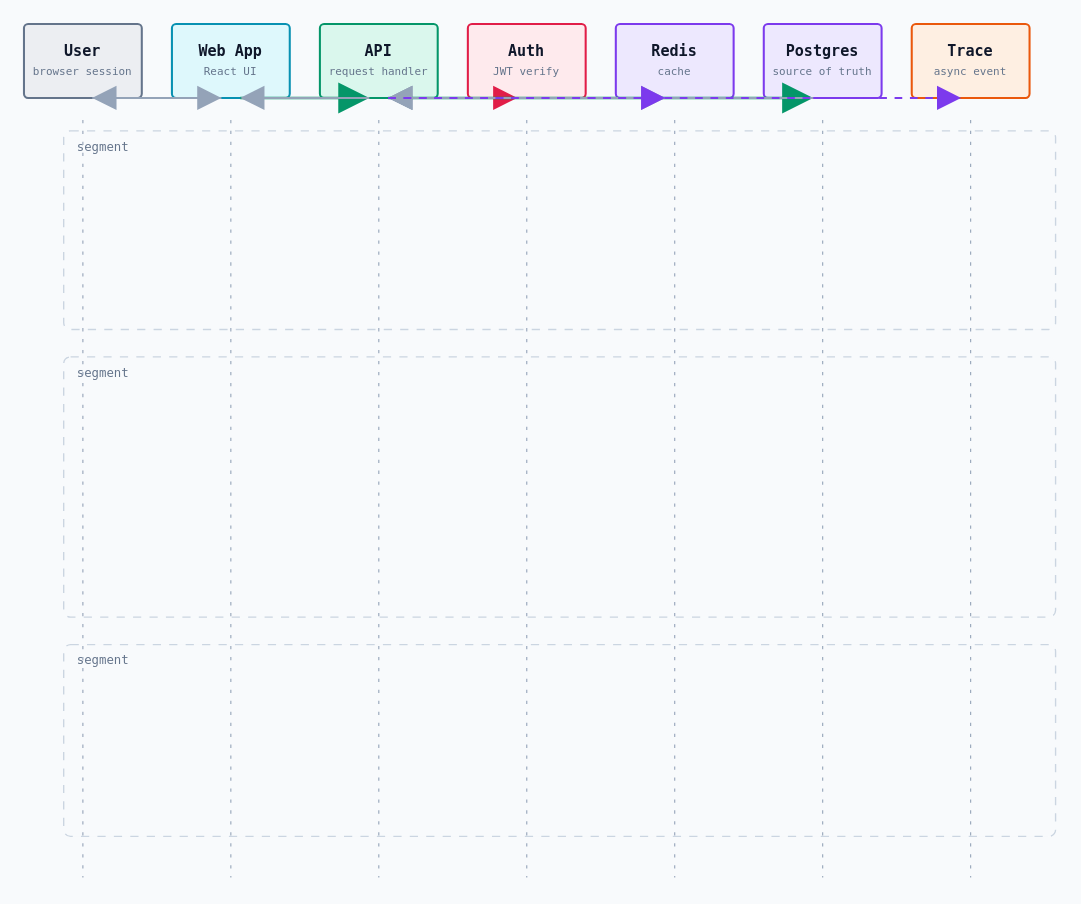
tt-a1i/archify keeps this draw.io diagram as examples/sequence-strict.drawio. Above is the earlier version. Source tidied: cells renumbered, new cells numbered last; positions are measured from the earlier drawing's top-left corner, leaving out a move shared by most shapes. Both pictures are drawn from the tidied source at 137%, with x=0, y=0 at pixel (23, 23).
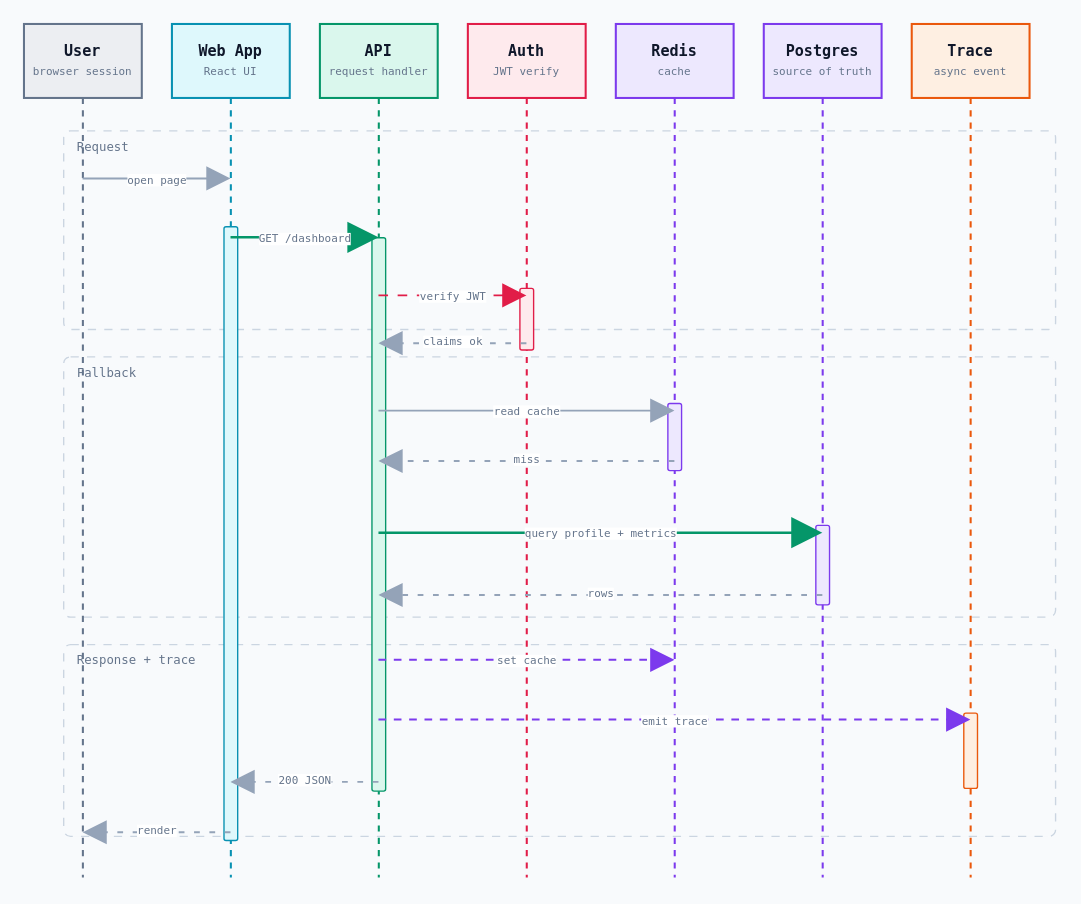
The same page after the edit.

Diff of the diagram source:
```diff
@@
-    <mxCell id="2" value="segment" style="rounded=1;absoluteArcSize=1;arcSize=10;fillColor=#f8fafc;strokeColor=#cbd5e1;strokeWidth=1;dashed=1;dashPattern=6 6;fontColor=#64748b;fontSize=9;fontFamily=JetBrains Mono,ui-monospace,Menlo,monospace;whiteSpace=wrap;html=1;verticalAlign=top;align=left;spacingLeft=8;" parent="1" vertex="1">
+    <mxCell id="2" value="Request" style="rounded=1;absoluteArcSize=1;arcSize=10;fillColor=#f8fafc;strokeColor=#cbd5e1;strokeWidth=1;dashed=1;dashPattern=6 6;fontColor=#64748b;fontSize=9;fontFamily=JetBrains Mono,ui-monospace,Menlo,monospace;whiteSpace=wrap;html=1;verticalAlign=top;align=left;spacingLeft=8;" parent="1" vertex="1">
       <mxGeometry x="29" y="78" width="724" height="145" as="geometry" />
     </mxCell>
-    <mxCell id="3" value="segment" style="rounded=1;absoluteArcSize=1;arcSize=10;fillColor=#f8fafc;strokeColor=#cbd5e1;strokeWidth=1;dashed=1;dashPattern=6 6;fontColor=#64748b;fontSize=9;fontFamily=JetBrains Mono,ui-monospace,Menlo,monospace;whiteSpace=wrap;html=1;verticalAlign=top;align=left;spacingLeft=8;" parent="1" vertex="1">
+    <mxCell id="3" value="Fallback" style="rounded=1;absoluteArcSize=1;arcSize=10;fillColor=#f8fafc;strokeColor=#cbd5e1;strokeWidth=1;dashed=1;dashPattern=6 6;fontColor=#64748b;fontSize=9;fontFamily=JetBrains Mono,ui-monospace,Menlo,monospace;whiteSpace=wrap;html=1;verticalAlign=top;align=left;spacingLeft=8;" parent="1" vertex="1">
       <mxGeometry x="29" y="243" width="724" height="190" as="geometry" />
     </mxCell>
-    <mxCell id="4" value="segment" style="rounded=1;absoluteArcSize=1;arcSize=10;fillColor=#f8fafc;strokeColor=#cbd5e1;strokeWidth=1;dashed=1;dashPattern=6 6;fontColor=#64748b;fontSize=9;fontFamily=JetBrains Mono,ui-monospace,Menlo,monospace;whiteSpace=wrap;html=1;verticalAlign=top;align=left;spacingLeft=8;" parent="1" vertex="1">
+    <mxCell id="4" value="Response + trace" style="rounded=1;absoluteArcSize=1;arcSize=10;fillColor=#f8fafc;strokeColor=#cbd5e1;strokeWidth=1;dashed=1;dashPattern=6 6;fontColor=#64748b;fontSize=9;fontFamily=JetBrains Mono,ui-monospace,Menlo,monospace;whiteSpace=wrap;html=1;verticalAlign=top;align=left;spacingLeft=8;" parent="1" vertex="1">
       <mxGeometry x="29" y="453" width="724" height="140" as="geometry" />
     </mxCell>
-    <mxCell id="5" value="&lt;b&gt;User&lt;/b&gt;&lt;br/&gt;&lt;font style=&quot;font-size:8px&quot; color=&quot;#64748b&quot;&gt;browser session&lt;/font&gt;" style="rounded=1;absoluteArcSize=1;arcSize=6;fillColor=#eceef2;strokeColor=#64748b;strokeWidth=1.5;fontColor=#0f172a;fontSize=11;fontFamily=JetBrains Mono,ui-monospace,Menlo,monospace;whiteSpace=wrap;html=1;verticalAlign=middle;" parent="1" vertex="1">
-      <mxGeometry width="86" height="54" as="geometry" />
+    <mxCell id="5" value="&lt;b&gt;User&lt;/b&gt;&lt;br/&gt;&lt;font style=&quot;font-size:8px&quot; color=&quot;#64748b&quot;&gt;browser session&lt;/font&gt;" style="shape=umlLifeline;perimeter=lifelinePerimeter;size=54;outlineConnect=0;fillColor=#eceef2;strokeColor=#64748b;strokeWidth=1.5;fontColor=#0f172a;fontSize=11;fontFamily=JetBrains Mono,ui-monospace,Menlo,monospace;whiteSpace=wrap;html=1;" parent="1" vertex="1">
+      <mxGeometry width="86" height="623" as="geometry" />
     </mxCell>
-    <mxCell id="6" value="&lt;b&gt;Web App&lt;/b&gt;&lt;br/&gt;&lt;font style=&quot;font-size:8px&quot; color=&quot;#64748b&quot;&gt;React UI&lt;/font&gt;" style="rounded=1;absoluteArcSize=1;arcSize=6;fillColor=#def8fc;strokeColor=#0891b2;strokeWidth=1.5;fontColor=#0f172a;fontSize=11;fontFamily=JetBrains Mono,ui-monospace,Menlo,monospace;whiteSpace=wrap;html=1;verticalAlign=middle;" parent="1" vertex="1">
-      <mxGeometry x="108" width="86" height="54" as="geometry" />
+    <mxCell id="6" value="&lt;b&gt;Web App&lt;/b&gt;&lt;br/&gt;&lt;font style=&quot;font-size:8px&quot; color=&quot;#64748b&quot;&gt;React UI&lt;/font&gt;" style="shape=umlLifeline;perimeter=lifelinePerimeter;size=54;outlineConnect=0;fillColor=#def8fc;strokeColor=#0891b2;strokeWidth=1.5;fontColor=#0f172a;fontSize=11;fontFamily=JetBrains Mono,ui-monospace,Menlo,monospace;whiteSpace=wrap;html=1;" parent="1" vertex="1">
+      <mxGeometry x="108" width="86" height="623" as="geometry" />
     </mxCell>
-    <mxCell id="7" value="&lt;b&gt;API&lt;/b&gt;&lt;br/&gt;&lt;font style=&quot;font-size:8px&quot; color=&quot;#64748b&quot;&gt;request handler&lt;/font&gt;" style="rounded=1;absoluteArcSize=1;arcSize=6;fillColor=#daf7ed;strokeColor=#059669;strokeWidth=1.5;fontColor=#0f172a;fontSize=11;fontFamily=JetBrains Mono,ui-monospace,Menlo,monospace;whiteSpace=wrap;html=1;verticalAlign=middle;" parent="1" vertex="1">
-      <mxGeometry x="216" width="86" height="54" as="geometry" />
+    <mxCell id="7" value="&lt;b&gt;API&lt;/b&gt;&lt;br/&gt;&lt;font style=&quot;font-size:8px&quot; color=&quot;#64748b&quot;&gt;request handler&lt;/font&gt;" style="shape=umlLifeline;perimeter=lifelinePerimeter;size=54;outlineConnect=0;fillColor=#daf7ed;strokeColor=#059669;strokeWidth=1.5;fontColor=#0f172a;fontSize=11;fontFamily=JetBrains Mono,ui-monospace,Menlo,monospace;whiteSpace=wrap;html=1;" parent="1" vertex="1">
+      <mxGeometry x="216" width="86" height="623" as="geometry" />
     </mxCell>
-    <mxCell id="8" value="&lt;b&gt;Auth&lt;/b&gt;&lt;br/&gt;&lt;font style=&quot;font-size:8px&quot; color=&quot;#64748b&quot;&gt;JWT verify&lt;/font&gt;" style="rounded=1;absoluteArcSize=1;arcSize=6;fillColor=#feeaed;strokeColor=#e11d48;strokeWidth=1.5;fontColor=#0f172a;fontSize=11;fontFamily=JetBrains Mono,ui-monospace,Menlo,monospace;whiteSpace=wrap;html=1;verticalAlign=middle;" parent="1" vertex="1">
-      <mxGeometry x="324" width="86" height="54" as="geometry" />
+    <mxCell id="8" value="&lt;b&gt;Auth&lt;/b&gt;&lt;br/&gt;&lt;font style=&quot;font-size:8px&quot; color=&quot;#64748b&quot;&gt;JWT verify&lt;/font&gt;" style="shape=umlLifeline;perimeter=lifelinePerimeter;size=54;outlineConnect=0;fillColor=#feeaed;strokeColor=#e11d48;strokeWidth=1.5;fontColor=#0f172a;fontSize=11;fontFamily=JetBrains Mono,ui-monospace,Menlo,monospace;whiteSpace=wrap;html=1;" parent="1" vertex="1">
+      <mxGeometry x="324" width="86" height="623" as="geometry" />
     </mxCell>
-    <mxCell id="9" value="&lt;b&gt;Redis&lt;/b&gt;&lt;br/&gt;&lt;font style=&quot;font-size:8px&quot; color=&quot;#64748b&quot;&gt;cache&lt;/font&gt;" style="rounded=1;absoluteArcSize=1;arcSize=6;fillColor=#ede8fe;strokeColor=#7c3aed;strokeWidth=1.5;fontColor=#0f172a;fontSize=11;fontFamily=JetBrains Mono,ui-monospace,Menlo,monospace;whiteSpace=wrap;html=1;verticalAlign=middle;" parent="1" vertex="1">
-      <mxGeometry x="432" width="86" height="54" as="geometry" />
+    <mxCell id="9" value="&lt;b&gt;Redis&lt;/b&gt;&lt;br/&gt;&lt;font style=&quot;font-size:8px&quot; color=&quot;#64748b&quot;&gt;cache&lt;/font&gt;" style="shape=umlLifeline;perimeter=lifelinePerimeter;size=54;outlineConnect=0;fillColor=#ede8fe;strokeColor=#7c3aed;strokeWidth=1.5;fontColor=#0f172a;fontSize=11;fontFamily=JetBrains Mono,ui-monospace,Menlo,monospace;whiteSpace=wrap;html=1;" parent="1" vertex="1">
+      <mxGeometry x="432" width="86" height="623" as="geometry" />
     </mxCell>
-    <mxCell id="10" value="&lt;b&gt;Postgres&lt;/b&gt;&lt;br/&gt;&lt;font style=&quot;font-size:8px&quot; color=&quot;#64748b&quot;&gt;source of truth&lt;/font&gt;" style="rounded=1;absoluteArcSize=1;arcSize=6;fillColor=#ede8fe;strokeColor=#7c3aed;strokeWidth=1.5;fontColor=#0f172a;fontSize=11;fontFamily=JetBrains Mono,ui-monospace,Menlo,monospace;whiteSpace=wrap;html=1;verticalAlign=middle;" parent="1" vertex="1">
-      <mxGeometry x="540" width="86" height="54" as="geometry" />
+    <mxCell id="10" value="&lt;b&gt;Postgres&lt;/b&gt;&lt;br/&gt;&lt;font style=&quot;font-size:8px&quot; color=&quot;#64748b&quot;&gt;source of truth&lt;/font&gt;" style="shape=umlLifeline;perimeter=lifelinePerimeter;size=54;outlineConnect=0;fillColor=#ede8fe;strokeColor=#7c3aed;strokeWidth=1.5;fontColor=#0f172a;fontSize=11;fontFamily=JetBrains Mono,ui-monospace,Menlo,monospace;whiteSpace=wrap;html=1;" parent="1" vertex="1">
+      <mxGeometry x="540" width="86" height="623" as="geometry" />
     </mxCell>
-    <mxCell id="11" value="&lt;b&gt;Trace&lt;/b&gt;&lt;br/&gt;&lt;font style=&quot;font-size:8px&quot; color=&quot;#64748b&quot;&gt;async event&lt;/font&gt;" style="rounded=1;absoluteArcSize=1;arcSize=6;fillColor=#feefe2;strokeColor=#ea580c;strokeWidth=1.5;fontColor=#0f172a;fontSize=11;fontFamily=JetBrains Mono,ui-monospace,Menlo,monospace;whiteSpace=wrap;html=1;verticalAlign=middle;" parent="1" vertex="1">
-      <mxGeometry x="648" width="86" height="54" as="geometry" />
+    <mxCell id="11" value="&lt;b&gt;Trace&lt;/b&gt;&lt;br/&gt;&lt;font style=&quot;font-size:8px&quot; color=&quot;#64748b&quot;&gt;async event&lt;/font&gt;" style="shape=umlLifeline;perimeter=lifelinePerimeter;size=54;outlineConnect=0;fillColor=#feefe2;strokeColor=#ea580c;strokeWidth=1.5;fontColor=#0f172a;fontSize=11;fontFamily=JetBrains Mono,ui-monospace,Menlo,monospace;whiteSpace=wrap;html=1;" parent="1" vertex="1">
+      <mxGeometry x="648" width="86" height="623" as="geometry" />
     </mxCell>
-    <mxCell id="12" style="endArrow=none;html=1;strokeColor=#94a3b8;strokeWidth=0.8;dashed=1;dashPattern=3 7;" parent="1" edge="1">
-      <mxGeometry relative="1" as="geometry">
-        <mxPoint x="43" y="70" as="sourcePoint" />
-        <mxPoint x="43" y="623" as="targetPoint" />
-      </mxGeometry>
-    </mxCell>
-    <mxCell id="13" style="endArrow=none;html=1;strokeColor=#94a3b8;strokeWidth=0.8;dashed=1;dashPattern=3 7;" parent="1" edge="1">
-      <mxGeometry relative="1" as="geometry">
-        <mxPoint x="151" y="70" as="sourcePoint" />
-        <mxPoint x="151" y="623" as="targetPoint" />
-      </mxGeometry>
-    </mxCell>
-    <mxCell id="14" style="endArrow=none;html=1;strokeColor=#94a3b8;strokeWidth=0.8;dashed=1;dashPattern=3 7;" parent="1" edge="1">
-      <mxGeometry relative="1" as="geometry">
-        <mxPoint x="259" y="70" as="sourcePoint" />
-        <mxPoint x="259" y="623" as="targetPoint" />
-      </mxGeometry>
-    </mxCell>
-    <mxCell id="15" style="endArrow=none;html=1;strokeColor=#94a3b8;strokeWidth=0.8;dashed=1;dashPattern=3 7;" parent="1" edge="1">
-      <mxGeometry relative="1" as="geometry">
-        <mxPoint x="367" y="70" as="sourcePoint" />
-        <mxPoint x="367" y="623" as="targetPoint" />
-      </mxGeometry>
-    </mxCell>
-    <mxCell id="16" style="endArrow=none;html=1;strokeColor=#94a3b8;strokeWidth=0.8;dashed=1;dashPattern=3 7;" parent="1" edge="1">
-      <mxGeometry relative="1" as="geometry">
-        <mxPoint x="475" y="70" as="sourcePoint" />
-        <mxPoint x="475" y="623" as="targetPoint" />
-      </mxGeometry>
-    </mxCell>
-    <mxCell id="17" style="endArrow=none;html=1;strokeColor=#94a3b8;strokeWidth=0.8;dashed=1;dashPattern=3 7;" parent="1" edge="1">
-      <mxGeometry relative="1" as="geometry">
-        <mxPoint x="583" y="70" as="sourcePoint" />
-        <mxPoint x="583" y="623" as="targetPoint" />
-      </mxGeometry>
-    </mxCell>
-    <mxCell id="18" style="endArrow=none;html=1;strokeColor=#94a3b8;strokeWidth=0.8;dashed=1;dashPattern=3 7;" parent="1" edge="1">
-      <mxGeometry relative="1" as="geometry">
-        <mxPoint x="691" y="70" as="sourcePoint" />
-        <mxPoint x="691" y="623" as="targetPoint" />
-      </mxGeometry>
-    </mxCell>
+    <mxCell id="31" style="rounded=1;absoluteArcSize=1;arcSize=3;fillColor=#def8fc;strokeColor=#0891b2;strokeWidth=1;html=1;" parent="6" vertex="1">
+      <mxGeometry x="38" y="148" width="10" height="448" as="geometry" />
+    </mxCell>
+    <mxCell id="32" style="rounded=1;absoluteArcSize=1;arcSize=3;fillColor=#daf7ed;strokeColor=#059669;strokeWidth=1;html=1;" parent="7" vertex="1">
+      <mxGeometry x="38" y="156" width="10" height="404" as="geometry" />
+    </mxCell>
+    <mxCell id="33" style="rounded=1;absoluteArcSize=1;arcSize=3;fillColor=#feeaed;strokeColor=#e11d48;strokeWidth=1;html=1;" parent="8" vertex="1">
+      <mxGeometry x="38" y="193" width="10" height="45" as="geometry" />
+    </mxCell>
+    <mxCell id="34" style="rounded=1;absoluteArcSize=1;arcSize=3;fillColor=#ede8fe;strokeColor=#7c3aed;strokeWidth=1;html=1;" parent="9" vertex="1">
+      <mxGeometry x="38" y="277" width="10" height="49" as="geometry" />
+    </mxCell>
+    <mxCell id="35" style="rounded=1;absoluteArcSize=1;arcSize=3;fillColor=#ede8fe;strokeColor=#7c3aed;strokeWidth=1;html=1;" parent="10" vertex="1">
+      <mxGeometry x="38" y="366" width="10" height="58" as="geometry" />
+    </mxCell>
+    <mxCell id="36" style="rounded=1;absoluteArcSize=1;arcSize=3;fillColor=#feefe2;strokeColor=#ea580c;strokeWidth=1;html=1;" parent="11" vertex="1">
+      <mxGeometry x="38" y="503" width="10" height="55" as="geometry" />
+    </mxCell>
-    <mxCell id="19" style="edgeStyle=none;rounded=0;strokeColor=#94a3b8;strokeWidth=1.4;endArrow=block;endFill=1;endSize=14;fontColor=#64748b;fontSize=8;fontFamily=JetBrains Mono,ui-monospace,Menlo,monospace;labelBackgroundColor=#ffffff;html=1;exitX=0.58;exitY=1;exitDx=0;exitDy=0;entryX=0.42;entryY=1;entryDx=0;entryDy=0;" parent="1" edge="1" source="5" target="6">
-      <mxGeometry relative="1" as="geometry" />
+    <mxCell id="19" value="open page" style="edgeStyle=none;rounded=0;strokeColor=#94a3b8;strokeWidth=1.4;endArrow=block;endFill=1;endSize=14;fontColor=#64748b;fontSize=8;fontFamily=JetBrains Mono,ui-monospace,Menlo,monospace;labelBackgroundColor=#ffffff;html=1;exitX=0.5;exitY=0.181;exitDx=0;exitDy=0;entryX=0.5;entryY=0.181;entryDx=0;entryDy=0;" parent="1" edge="1" source="5" target="6">
+      <mxGeometry y="-1" relative="1" as="geometry" />
     </mxCell>
-    <mxCell id="20" style="edgeStyle=none;rounded=0;strokeColor=#059669;strokeWidth=1.8;endArrow=block;endFill=1;endSize=18;fontColor=#64748b;fontSize=8;fontFamily=JetBrains Mono,ui-monospace,Menlo,monospace;labelBackgroundColor=#ffffff;html=1;exitX=0.58;exitY=1;exitDx=0;exitDy=0;entryX=0.42;entryY=1;entryDx=0;entryDy=0;" parent="1" edge="1" source="6" target="7">
-      <mxGeometry relative="1" as="geometry" />
+    <mxCell id="20" value="GET /dashboard" style="edgeStyle=none;rounded=0;strokeColor=#059669;strokeWidth=1.8;endArrow=block;endFill=1;endSize=18;fontColor=#64748b;fontSize=8;fontFamily=JetBrains Mono,ui-monospace,Menlo,monospace;labelBackgroundColor=#ffffff;html=1;exitX=0.5;exitY=0.250;exitDx=0;exitDy=0;entryX=0.5;entryY=0.250;entryDx=0;entryDy=0;" parent="1" edge="1" source="6" target="7">
+      <mxGeometry y="-1" relative="1" as="geometry" />
     </mxCell>
-    <mxCell id="21" style="edgeStyle=none;rounded=0;strokeColor=#e11d48;strokeWidth=1.4;dashed=1;dashPattern=5 5;endArrow=block;endFill=1;endSize=14;fontColor=#64748b;fontSize=8;fontFamily=JetBrains Mono,ui-monospace,Menlo,monospace;labelBackgroundColor=#ffffff;html=1;exitX=0.58;exitY=1;exitDx=0;exitDy=0;entryX=0.42;entryY=1;entryDx=0;entryDy=0;" parent="1" edge="1" source="7" target="8">
-      <mxGeometry relative="1" as="geometry" />
+    <mxCell id="21" value="verify JWT" style="edgeStyle=none;rounded=0;strokeColor=#e11d48;strokeWidth=1.4;dashed=1;dashPattern=5 5;endArrow=block;endFill=1;endSize=14;fontColor=#64748b;fontSize=8;fontFamily=JetBrains Mono,ui-monospace,Menlo,monospace;labelBackgroundColor=#ffffff;html=1;exitX=0.5;exitY=0.318;exitDx=0;exitDy=0;entryX=0.5;entryY=0.318;entryDx=0;entryDy=0;" parent="1" edge="1" source="7" target="8">
+      <mxGeometry y="-1" relative="1" as="geometry" />
     </mxCell>
-    <mxCell id="22" style="edgeStyle=none;rounded=0;strokeColor=#94a3b8;strokeWidth=1.4;endArrow=block;endFill=1;endSize=14;fontColor=#64748b;fontSize=8;fontFamily=JetBrains Mono,ui-monospace,Menlo,monospace;labelBackgroundColor=#ffffff;html=1;exitX=0.42;exitY=1;exitDx=0;exitDy=0;entryX=0.58;entryY=1;entryDx=0;entryDy=0;" parent="1" edge="1" source="8" target="7">
-      <mxGeometry relative="1" as="geometry" />
+    <mxCell id="22" value="claims ok" style="edgeStyle=none;rounded=0;strokeColor=#94a3b8;strokeWidth=1.4;dashed=1;dashPattern=3 5;endArrow=block;endFill=1;endSize=14;fontColor=#64748b;fontSize=8;fontFamily=JetBrains Mono,ui-monospace,Menlo,monospace;labelBackgroundColor=#ffffff;html=1;exitX=0.5;exitY=0.374;exitDx=0;exitDy=0;entryX=0.5;entryY=0.374;entryDx=0;entryDy=0;" parent="1" edge="1" source="8" target="7">
+      <mxGeometry y="-1" relative="1" as="geometry" />
     </mxCell>
-    <mxCell id="23" style="edgeStyle=none;rounded=0;strokeColor=#94a3b8;strokeWidth=1.4;endArrow=block;endFill=1;endSize=14;fontColor=#64748b;fontSize=8;fontFamily=JetBrains Mono,ui-monospace,Menlo,monospace;labelBackgroundColor=#ffffff;html=1;exitX=0.58;exitY=1;exitDx=0;exitDy=0;entryX=0.42;entryY=1;entryDx=0;entryDy=0;" parent="1" edge="1" source="7" target="9">
-      <mxGeometry relative="1" as="geometry" />
+    <mxCell id="23" value="read cache" style="edgeStyle=none;rounded=0;strokeColor=#94a3b8;strokeWidth=1.4;endArrow=block;endFill=1;endSize=14;fontColor=#64748b;fontSize=8;fontFamily=JetBrains Mono,ui-monospace,Menlo,monospace;labelBackgroundColor=#ffffff;html=1;exitX=0.5;exitY=0.453;exitDx=0;exitDy=0;entryX=0.5;entryY=0.453;entryDx=0;entryDy=0;" parent="1" edge="1" source="7" target="9">
+      <mxGeometry y="-1" relative="1" as="geometry" />
     </mxCell>
-    <mxCell id="24" style="edgeStyle=none;rounded=0;strokeColor=#94a3b8;strokeWidth=1.4;endArrow=block;endFill=1;endSize=14;fontColor=#64748b;fontSize=8;fontFamily=JetBrains Mono,ui-monospace,Menlo,monospace;labelBackgroundColor=#ffffff;html=1;exitX=0.42;exitY=1;exitDx=0;exitDy=0;entryX=0.58;entryY=1;entryDx=0;entryDy=0;" parent="1" edge="1" source="9" target="7">
-      <mxGeometry relative="1" as="geometry" />
+    <mxCell id="24" value="miss" style="edgeStyle=none;rounded=0;strokeColor=#94a3b8;strokeWidth=1.4;dashed=1;dashPattern=3 5;endArrow=block;endFill=1;endSize=14;fontColor=#64748b;fontSize=8;fontFamily=JetBrains Mono,ui-monospace,Menlo,monospace;labelBackgroundColor=#ffffff;html=1;exitX=0.5;exitY=0.512;exitDx=0;exitDy=0;entryX=0.5;entryY=0.512;entryDx=0;entryDy=0;" parent="1" edge="1" source="9" target="7">
+      <mxGeometry y="-1" relative="1" as="geometry" />
     </mxCell>
-    <mxCell id="25" style="edgeStyle=none;rounded=0;strokeColor=#059669;strokeWidth=1.8;endArrow=block;endFill=1;endSize=18;fontColor=#64748b;fontSize=8;fontFamily=JetBrains Mono,ui-monospace,Menlo,monospace;labelBackgroundColor=#ffffff;html=1;exitX=0.58;exitY=1;exitDx=0;exitDy=0;entryX=0.42;entryY=1;entryDx=0;entryDy=0;" parent="1" edge="1" source="7" target="10">
-      <mxGeometry relative="1" as="geometry" />
+    <mxCell id="25" value="query profile + metrics" style="edgeStyle=none;rounded=0;strokeColor=#059669;strokeWidth=1.8;endArrow=block;endFill=1;endSize=18;fontColor=#64748b;fontSize=8;fontFamily=JetBrains Mono,ui-monospace,Menlo,monospace;labelBackgroundColor=#ffffff;html=1;exitX=0.5;exitY=0.596;exitDx=0;exitDy=0;entryX=0.5;entryY=0.596;entryDx=0;entryDy=0;" parent="1" edge="1" source="7" target="10">
+      <mxGeometry y="-1" relative="1" as="geometry" />
     </mxCell>
-    <mxCell id="26" style="edgeStyle=none;rounded=0;strokeColor=#94a3b8;strokeWidth=1.4;endArrow=block;endFill=1;endSize=14;fontColor=#64748b;fontSize=8;fontFamily=JetBrains Mono,ui-monospace,Menlo,monospace;labelBackgroundColor=#ffffff;html=1;exitX=0.42;exitY=1;exitDx=0;exitDy=0;entryX=0.58;entryY=1;entryDx=0;entryDy=0;" parent="1" edge="1" source="10" target="7">
-      <mxGeometry relative="1" as="geometry" />
+    <mxCell id="26" value="rows" style="edgeStyle=none;rounded=0;strokeColor=#94a3b8;strokeWidth=1.4;dashed=1;dashPattern=3 5;endArrow=block;endFill=1;endSize=14;fontColor=#64748b;fontSize=8;fontFamily=JetBrains Mono,ui-monospace,Menlo,monospace;labelBackgroundColor=#ffffff;html=1;exitX=0.5;exitY=0.669;exitDx=0;exitDy=0;entryX=0.5;entryY=0.669;entryDx=0;entryDy=0;" parent="1" edge="1" source="10" target="7">
+      <mxGeometry y="-1" relative="1" as="geometry" />
     </mxCell>
-    <mxCell id="27" style="edgeStyle=none;rounded=0;strokeColor=#7c3aed;strokeWidth=1.4;dashed=1;dashPattern=4 4;endArrow=block;endFill=1;endSize=14;fontColor=#64748b;fontSize=8;fontFamily=JetBrains Mono,ui-monospace,Menlo,monospace;labelBackgroundColor=#ffffff;html=1;exitX=0.58;exitY=1;exitDx=0;exitDy=0;entryX=0.42;entryY=1;entryDx=0;entryDy=0;" parent="1" edge="1" source="7" target="9">
-      <mxGeometry relative="1" as="geometry" />
+    <mxCell id="27" value="set cache" style="edgeStyle=none;rounded=0;strokeColor=#7c3aed;strokeWidth=1.4;dashed=1;dashPattern=4 4;endArrow=block;endFill=1;endSize=14;fontColor=#64748b;fontSize=8;fontFamily=JetBrains Mono,ui-monospace,Menlo,monospace;labelBackgroundColor=#ffffff;html=1;exitX=0.5;exitY=0.745;exitDx=0;exitDy=0;entryX=0.5;entryY=0.745;entryDx=0;entryDy=0;" parent="1" edge="1" source="7" target="9">
+      <mxGeometry y="-1" relative="1" as="geometry" />
     </mxCell>
-    <mxCell id="28" style="edgeStyle=none;rounded=0;strokeColor=#7c3aed;strokeWidth=1.4;dashed=1;dashPattern=4 4;endArrow=block;endFill=1;endSize=14;fontColor=#64748b;fontSize=8;fontFamily=JetBrains Mono,ui-monospace,Menlo,monospace;labelBackgroundColor=#ffffff;html=1;exitX=0.58;exitY=1;exitDx=0;exitDy=0;entryX=0.42;entryY=1;entryDx=0;entryDy=0;" parent="1" edge="1" source="7" target="11">
-      <mxGeometry relative="1" as="geometry" />
+    <mxCell id="28" value="emit trace" style="edgeStyle=none;rounded=0;strokeColor=#7c3aed;strokeWidth=1.4;dashed=1;dashPattern=4 4;endArrow=block;endFill=1;endSize=14;fontColor=#64748b;fontSize=8;fontFamily=JetBrains Mono,ui-monospace,Menlo,monospace;labelBackgroundColor=#ffffff;html=1;exitX=0.5;exitY=0.815;exitDx=0;exitDy=0;entryX=0.5;entryY=0.815;entryDx=0;entryDy=0;" parent="1" edge="1" source="7" target="11">
+      <mxGeometry y="-1" relative="1" as="geometry" />
     </mxCell>
-    <mxCell id="29" style="edgeStyle=none;rounded=0;strokeColor=#94a3b8;strokeWidth=1.4;endArrow=block;endFill=1;endSize=14;fontColor=#64748b;fontSize=8;fontFamily=JetBrains Mono,ui-monospace,Menlo,monospace;labelBackgroundColor=#ffffff;html=1;exitX=0.42;exitY=1;exitDx=0;exitDy=0;entryX=0.58;entryY=1;entryDx=0;entryDy=0;" parent="1" edge="1" source="7" target="6">
-      <mxGeometry relative="1" as="geometry" />
+    <mxCell id="29" value="200 JSON" style="edgeStyle=none;rounded=0;strokeColor=#94a3b8;strokeWidth=1.4;dashed=1;dashPattern=3 5;endArrow=block;endFill=1;endSize=14;fontColor=#64748b;fontSize=8;fontFamily=JetBrains Mono,ui-monospace,Menlo,monospace;labelBackgroundColor=#ffffff;html=1;exitX=0.5;exitY=0.888;exitDx=0;exitDy=0;entryX=0.5;entryY=0.888;entryDx=0;entryDy=0;" parent="1" edge="1" source="7" target="6">
+      <mxGeometry y="-1" relative="1" as="geometry" />
     </mxCell>
-    <mxCell id="30" style="edgeStyle=none;rounded=0;strokeColor=#94a3b8;strokeWidth=1.4;endArrow=block;endFill=1;endSize=14;fontColor=#64748b;fontSize=8;fontFamily=JetBrains Mono,ui-monospace,Menlo,monospace;labelBackgroundColor=#ffffff;html=1;exitX=0.42;exitY=1;exitDx=0;exitDy=0;entryX=0.58;entryY=1;entryDx=0;entryDy=0;" parent="1" edge="1" source="6" target="5">
-      <mxGeometry relative="1" as="geometry" />
+    <mxCell id="30" value="render" style="edgeStyle=none;rounded=0;strokeColor=#94a3b8;strokeWidth=1.4;dashed=1;dashPattern=3 5;endArrow=block;endFill=1;endSize=14;fontColor=#64748b;fontSize=8;fontFamily=JetBrains Mono,ui-monospace,Menlo,monospace;labelBackgroundColor=#ffffff;html=1;exitX=0.5;exitY=0.947;exitDx=0;exitDy=0;entryX=0.5;entryY=0.947;entryDx=0;entryDy=0;" parent="1" edge="1" source="6" target="5">
+      <mxGeometry y="-1" relative="1" as="geometry" />
     </mxCell>
```
